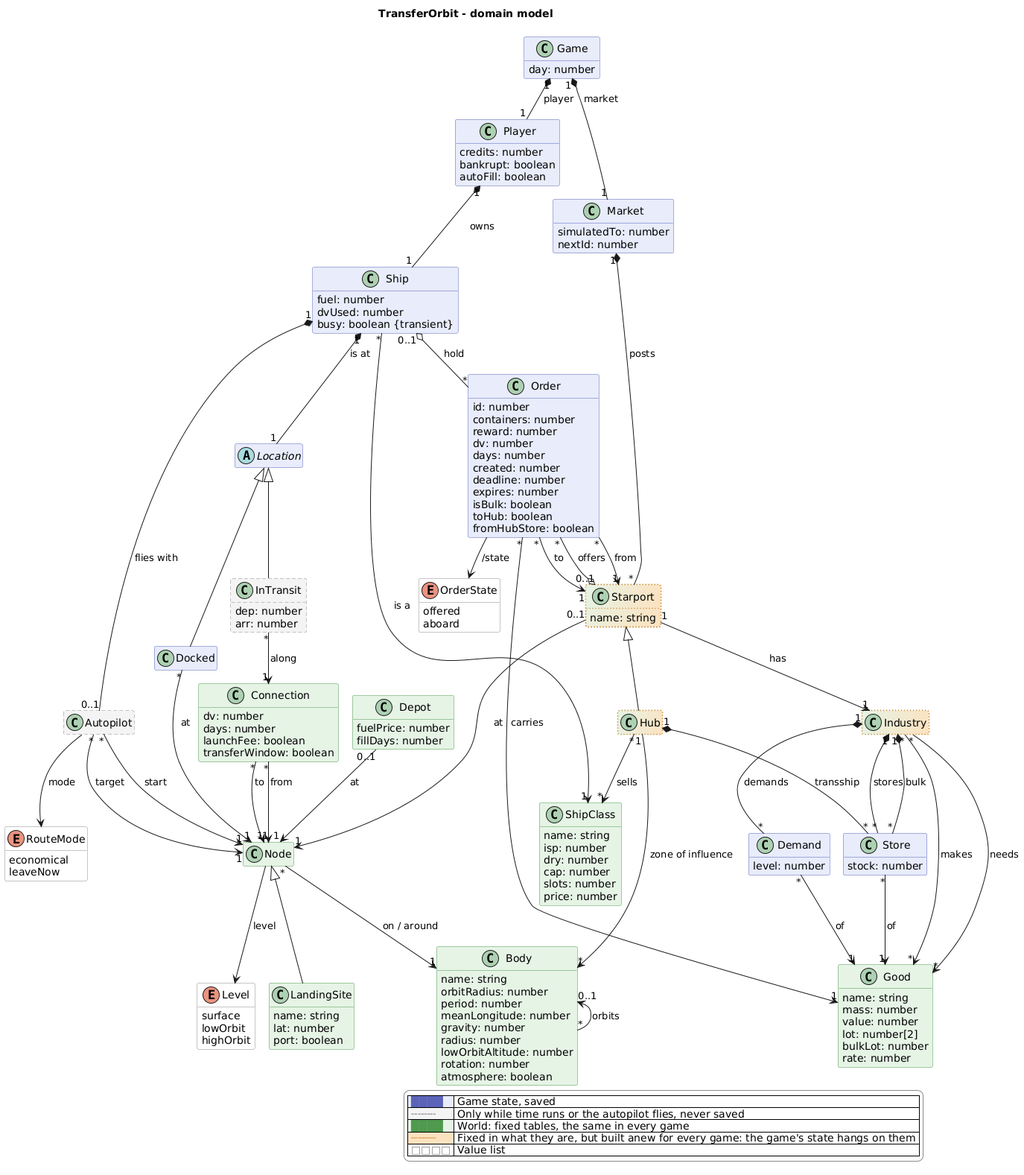
The PlantUML diagram docs/domain-model.png in scuzzar/TransferOrbit, before a commit.
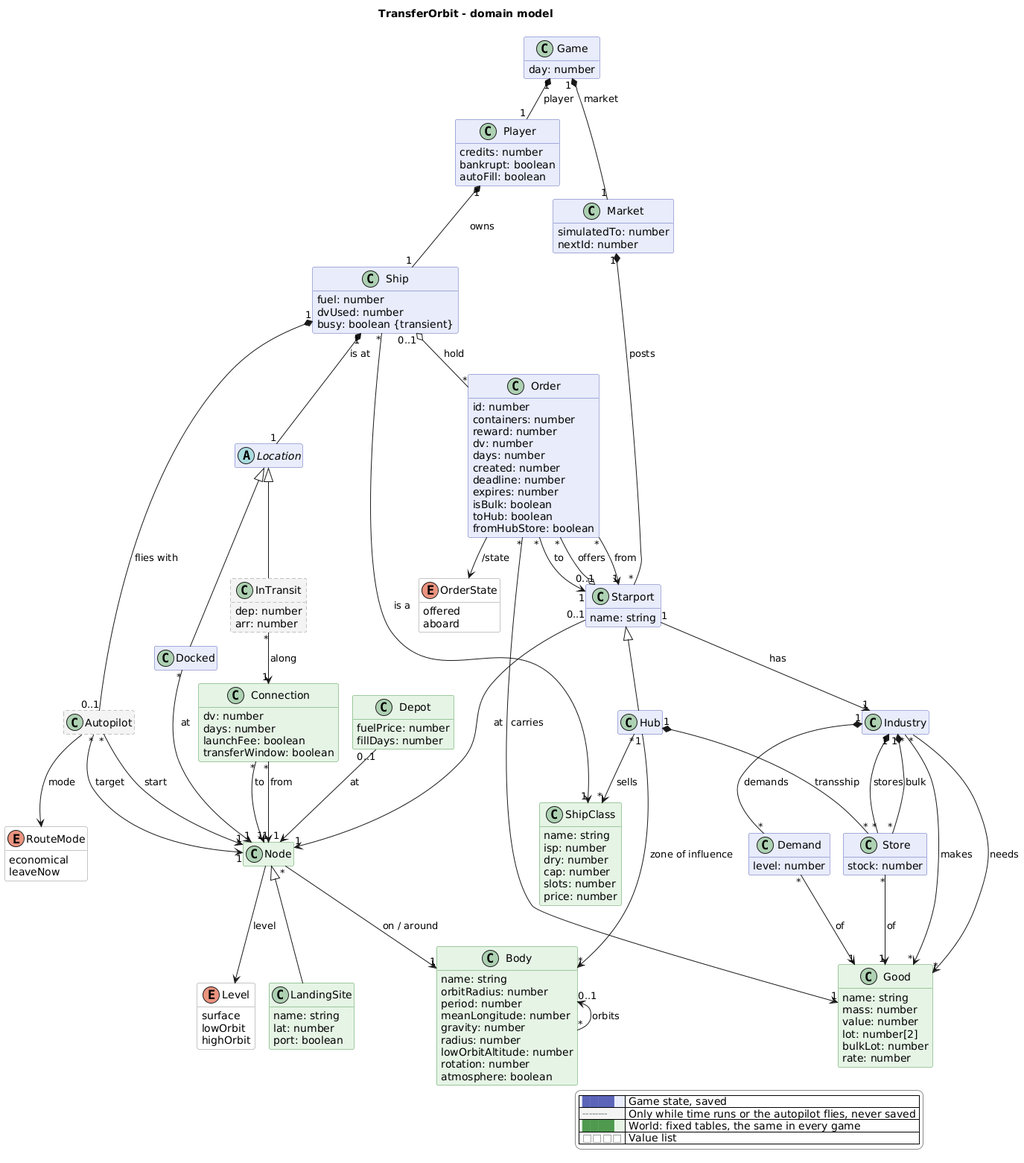
The same file after the commit.

Commit message:
Make starports, hubs and industries game state in the model

As decided, Starport, Hub and Industry are game state (blue) instead of
fixed data built anew for every game, so they can change during a game in
future: their name, place, goods, a hub's zone and the ships it sells. A new
game takes them from the starport table; the save keeps them. The code does
not follow yet; docs/domain-model.md lists what is missing.

Claude-Session: https://claude.ai/code/session_01EVko3Fbhvfn772RPfpXwhP

What changed in the source:
```diff
@@ -15,8 +15,6 @@
   BorderColor<<reference>> #4f9a4f
   BackgroundColor<<value>> #ffffff
   BorderColor<<value>> #8a8a8a
-  BackgroundColor<<pergame>> #e6f4e6/fde2bf
-  BorderColor<<pergame>> #c77a1a
 }
 skinparam legendBackgroundColor #ffffff
 skinparam legendBorderColor #8a8a8a
@@ -26,17 +24,12 @@
     .transient {
       LineStyle 5-3
     }
-    .pergame {
-      LineStyle 1-3
-      LineThickness 1.5
-    }
   }
 }
 </style>
 hide <<transient>> stereotype
 hide <<reference>> stereotype
 hide <<value>> stereotype
-hide <<pergame>> stereotype
 
   class Game {
     day: number
@@ -66,10 +59,10 @@
     simulatedTo: number
     nextId: number
   }
-  class Starport <<pergame>> {
+  class Starport {
     name: string
   }
-  class Hub <<pergame>>
+  class Hub
   class Store {
     stock: number
   }
@@ -127,7 +120,7 @@
     launchFee: boolean
     transferWindow: boolean
   }
-  class Industry <<pergame>>
+  class Industry
   class Good <<reference>> {
     name: string
     mass: number
@@ -192,7 +185,6 @@
   |<#e8ecfb> <color:#5b64b8>████</color> | Game state, saved |
   |<#f4f4f4> <color:#8a8a8a>╌╌╌╌</color> | Only while time runs or the autopilot flies, never saved |
   |<#e6f4e6> <color:#4f9a4f>████</color> | World: fixed tables, the same in every game |
-  |<#fde2bf> <color:#c77a1a>┈┈┈┈</color> | Fixed in what they are, but built anew for every game: the game's state hangs on them |
   |<#ffffff> <color:#8a8a8a>□□□□</color> | Value list |
 endlegend
 @enduml
```
